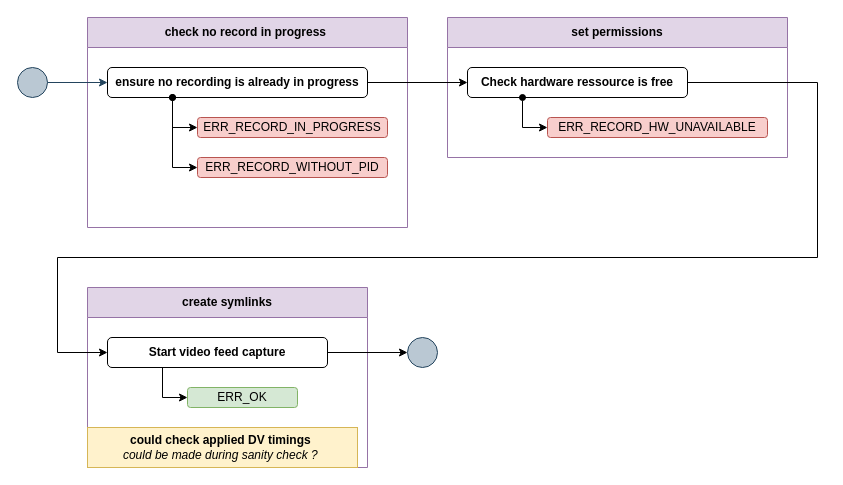
Earlier version of the draw.io diagram page "rec-process" (5 of 6) of docs/arch/arch.drawio (repeact/embedded-sw). Source tidied: cells renumbered, new cells numbered last; positions are measured from the earlier drawing's top-left corner, leaving out a move shared by most shapes. Both pictures are drawn from the tidied source at 100%, with x=0, y=0 at pixel (17, 17).
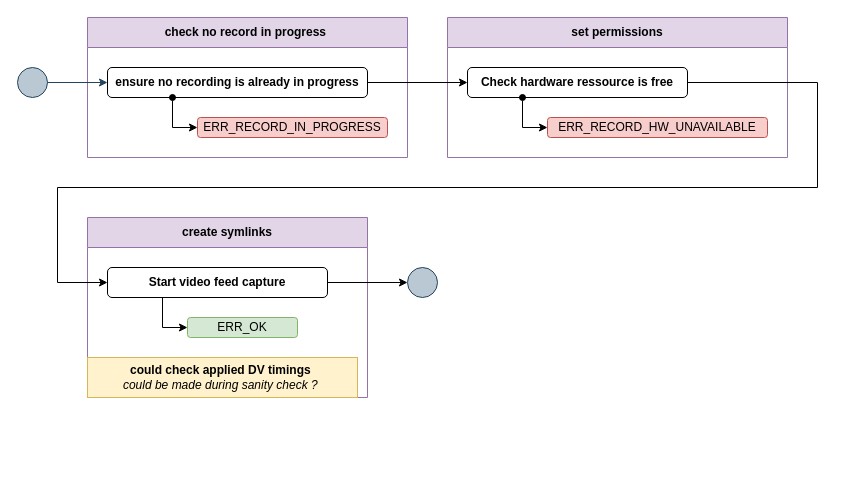
The same page after the edit.

Commit message:
refactor(arch-layout): minor layout update

The change refers to these unchanged cells:
```xml
<mxCell id="3" value="&lt;b&gt;ensure no recording is already in progress&lt;/b&gt;" style="rounded=1;whiteSpace=wrap;html=1;" parent="2" vertex="1">
  <mxGeometry x="20" y="50" width="260" height="30" as="geometry" />
</mxCell>
<mxCell id="9" value="&lt;b&gt;Check hardware ressource is free&lt;/b&gt;" style="rounded=1;whiteSpace=wrap;html=1;" parent="8" vertex="1">
  <mxGeometry x="20" y="50" width="220" height="30" as="geometry" />
</mxCell>
<mxCell id="13" value="Start video feed capture" style="rounded=1;whiteSpace=wrap;html=1;fontStyle=1;" parent="12" vertex="1">
  <mxGeometry x="20" y="50" width="220" height="30" as="geometry" />
</mxCell>
```

Change to the diagram source:
```diff
@@
     <mxCell id="2" value="check no record in progress&lt;span style=&quot;background-color: transparent; color: light-dark(rgb(0, 0, 0), rgb(255, 255, 255));&quot;&gt;&amp;nbsp;&lt;/span&gt;" style="swimlane;whiteSpace=wrap;html=1;startSize=30;fillColor=#e1d5e7;strokeColor=#9673a6;" parent="1" vertex="1">
-      <mxGeometry x="70" width="320" height="210" as="geometry" />
+      <mxGeometry x="70" width="320" height="140" as="geometry" />
     </mxCell>
@@
-    <mxCell id="5" value="ERR_RECORD_WITHOUT_PID" style="rounded=1;whiteSpace=wrap;html=1;fillColor=#f8cecc;strokeColor=#b85450;" parent="2" vertex="1">
-      <mxGeometry x="110" y="140" width="190" height="20" as="geometry" />
-    </mxCell>
-    <mxCell id="6" style="edgeStyle=orthogonalEdgeStyle;rounded=0;jettySize=auto;html=1;exitX=0.25;exitY=1;exitDx=0;exitDy=0;entryX=0;entryY=0.5;entryDx=0;entryDy=0;startArrow=oval;startFill=1;" parent="2" edge="1" source="3" target="5">
-      <mxGeometry relative="1" as="geometry" />
-    </mxCell>
@@
     <mxCell id="12" value="create symlinks" style="swimlane;whiteSpace=wrap;html=1;startSize=30;fillColor=#e1d5e7;strokeColor=#9673a6;" parent="1" vertex="1">
-      <mxGeometry x="70" y="270" width="280" height="180" as="geometry" />
+      <mxGeometry x="70" y="200" width="280" height="180" as="geometry" />
     </mxCell>
@@
     <mxCell id="17" style="edgeStyle=orthogonalEdgeStyle;rounded=0;jettySize=auto;html=1;exitX=1;exitY=0.5;exitDx=0;exitDy=0;entryX=0;entryY=0.5;entryDx=0;entryDy=0;" parent="1" edge="1" source="9" target="13">
       <mxGeometry relative="1" as="geometry">
         <Array as="points">
           <mxPoint x="800" y="65" />
-          <mxPoint x="800" y="240" />
-          <mxPoint x="40" y="240" />
-          <mxPoint x="40" y="335" />
+          <mxPoint x="800" y="170" />
+          <mxPoint x="40" y="170" />
+          <mxPoint x="40" y="265" />
         </Array>
       </mxGeometry>
     </mxCell>
@@
     <mxCell id="21" style="ellipse;whiteSpace=wrap;html=1;fillColor=#bac8d3;strokeColor=#23445d;" parent="1" vertex="1">
-      <mxGeometry x="390" y="320" width="30" height="30" as="geometry" />
+      <mxGeometry x="390" y="250" width="30" height="30" as="geometry" />
     </mxCell>
```
